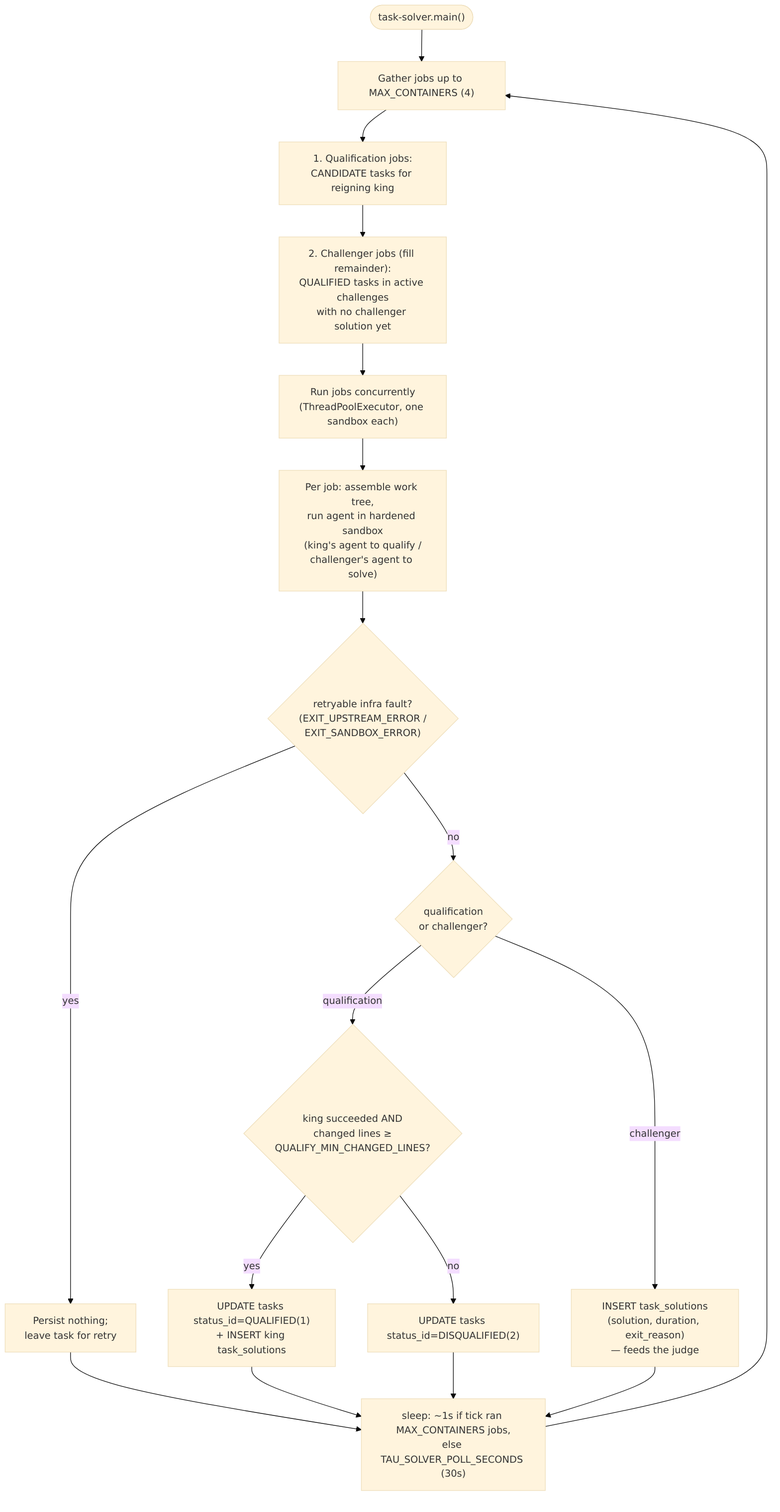
The Mermaid diagram docs/diagrams/loop-task-solver.png in ninja-subnet/ninja-validator, before a commit. Its source is kept beside it as docs/diagrams/loop-task-solver.mmd.
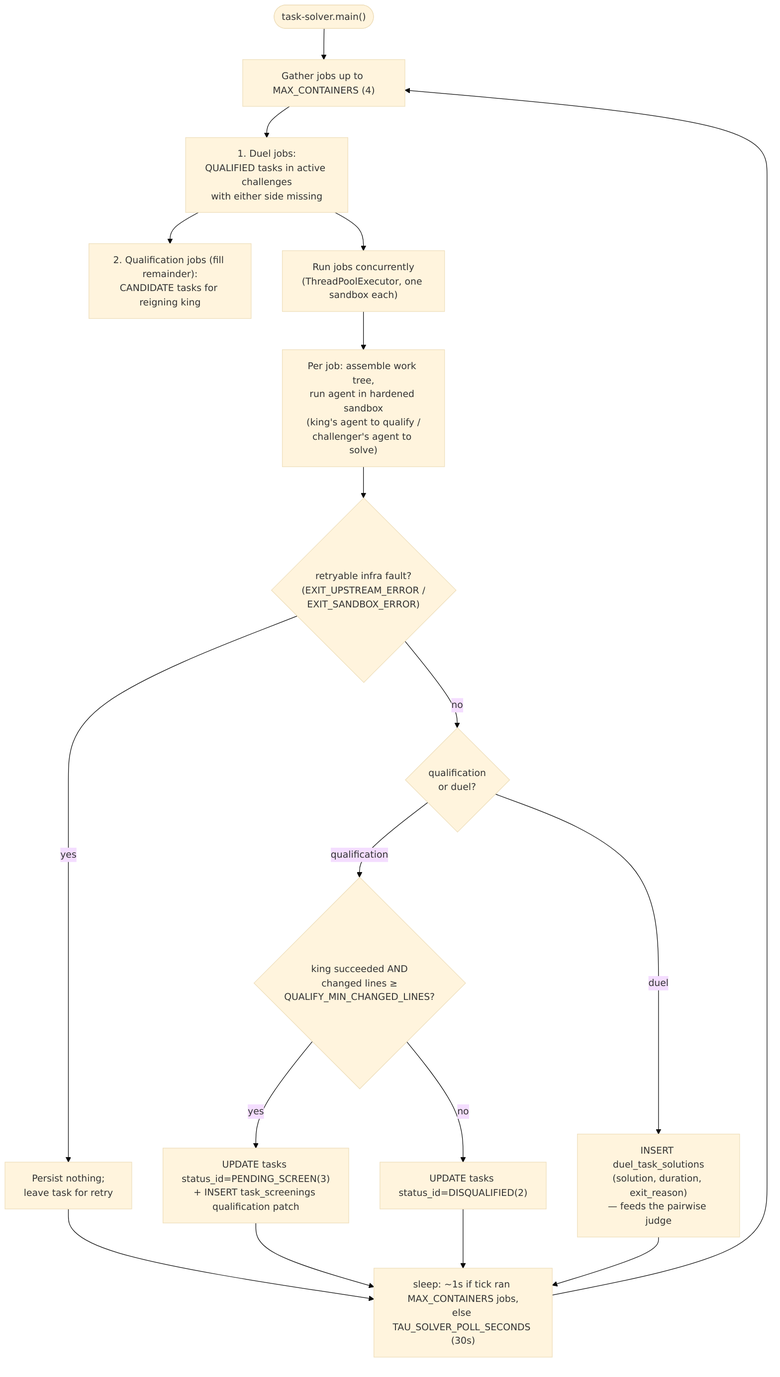
Later version of the same file.

What changed in the source:
```diff
@@ -1,20 +1,20 @@
 %%{init: {"theme": "base", "themeVariables": {"fontSize": "15px"}}}%%
 flowchart TB
     start(["task-solver.main()"]) --> gather["Gather jobs up to MAX_CONTAINERS (4)"]
-    gather --> qjobs["1. Qualification jobs:<br/>CANDIDATE tasks for reigning king"]
-    qjobs --> cjobs["2. Challenger jobs (fill remainder):<br/>QUALIFIED tasks in active challenges<br/>with no challenger solution yet"]
+    gather --> cjobs["1. Duel jobs:<br/>QUALIFIED tasks in active challenges<br/>with either side missing"]
+    cjobs --> qjobs["2. Qualification jobs (fill remainder):<br/>CANDIDATE tasks for reigning king"]
     cjobs --> pool["Run jobs concurrently<br/>(ThreadPoolExecutor, one sandbox each)"]
 
     pool --> run["Per job: assemble work tree,<br/>run agent in hardened sandbox<br/>(king's agent to qualify /<br/>challenger's agent to solve)"]
     run --> infra{"retryable infra fault?<br/>(EXIT_UPSTREAM_ERROR /<br/>EXIT_SANDBOX_ERROR)"}
     infra -- yes --> leave["Persist nothing;<br/>leave task for retry"]
-    infra -- no --> kind{"qualification<br/>or challenger?"}
+    infra -- no --> kind{"qualification<br/>or duel?"}
 
     kind -- qualification --> qrule{"king succeeded AND<br/>changed lines ≥<br/>QUALIFY_MIN_CHANGED_LINES?"}
-    qrule -- yes --> qual["UPDATE tasks status_id=QUALIFIED(1)<br/>+ INSERT king task_solutions"]
+    qrule -- yes --> qual["UPDATE tasks status_id=PENDING_SCREEN(3)<br/>+ INSERT task_screenings qualification patch"]
     qrule -- no --> disq["UPDATE tasks status_id=DISQUALIFIED(2)"]
 
-    kind -- challenger --> csave["INSERT task_solutions<br/>(solution, duration, exit_reason)<br/>— feeds the judge"]
+    kind -- duel --> csave["INSERT duel_task_solutions<br/>(solution, duration, exit_reason)<br/>— feeds the pairwise judge"]
 
     leave --> sleep["sleep: ~1s if tick ran MAX_CONTAINERS jobs,<br/>else TAU_SOLVER_POLL_SECONDS (30s)"]
     qual --> sleep
```
